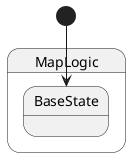
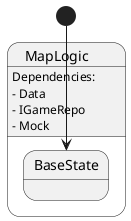
@startuml MapLogic
state MapLogic {
  state BaseState
}

[*] --> BaseState
+ 
+ MapLogic : Dependencies:
+ MapLogic : - Data
+ MapLogic : - IGameRepo
+ MapLogic : - Mock
@enduml